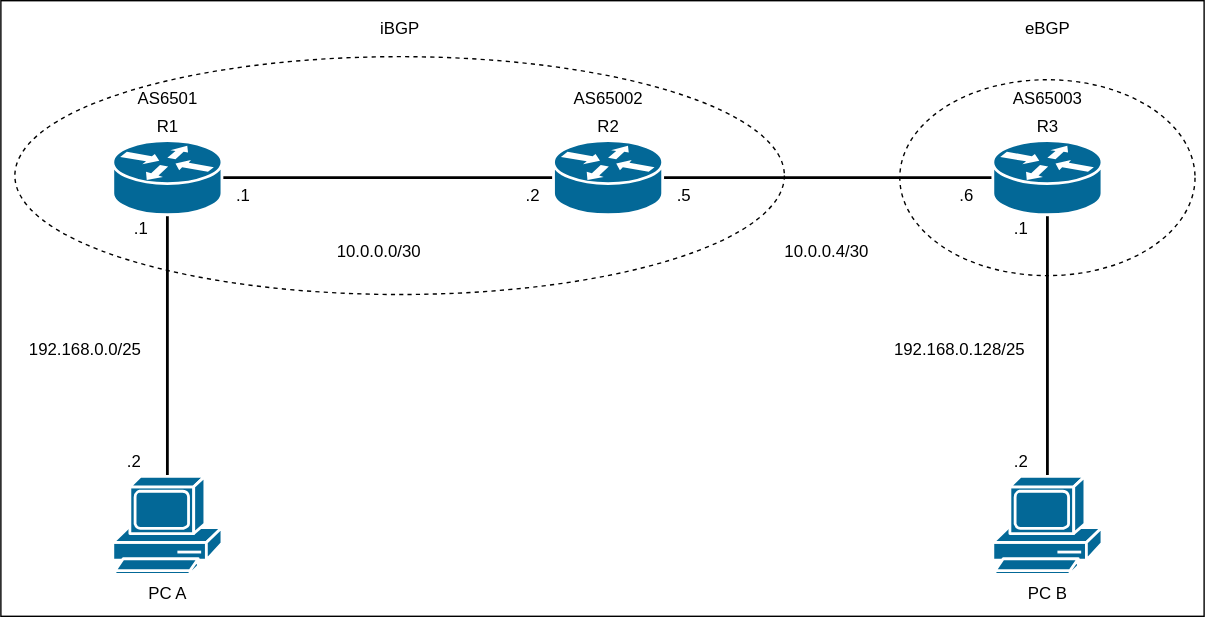
Earlier version of the draw.io export basic_routing03/fig/basic_routing03.drawio.svg (ECCNetLab/problems). Source tidied: cells renumbered, new cells last; positions are measured from the earlier drawing's top-left corner, leaving out a move shared by most shapes. Its diagram source:
```xml
<mxGraphModel>
  <root>
    <mxCell id="0" />
    <mxCell id="1" parent="0" />
    <mxCell id="2" style="rounded=0;whiteSpace=wrap;html=1;fillColor=default;" parent="1" vertex="1">
      <mxGeometry width="860" height="440" as="geometry" />
    </mxCell>
    <mxCell id="3" style="ellipse;whiteSpace=wrap;html=1;dashed=1;fillColor=none;" parent="1" vertex="1">
      <mxGeometry x="10" y="40" width="550" height="170" as="geometry" />
    </mxCell>
    <mxCell id="4" style="edgeStyle=none;html=1;endArrow=none;endFill=0;strokeWidth=2;" parent="1" edge="1" source="6" target="8">
      <mxGeometry relative="1" as="geometry" />
    </mxCell>
    <mxCell id="5" style="edgeStyle=none;html=1;endArrow=none;endFill=0;strokeWidth=2;" parent="1" edge="1" source="6" target="20">
      <mxGeometry relative="1" as="geometry" />
    </mxCell>
    <mxCell id="6" style="shape=mxgraph.cisco.routers.router;sketch=0;html=1;dashed=0;fillColor=#036897;strokeColor=#ffffff;strokeWidth=2;verticalLabelPosition=bottom;verticalAlign=top;align=center;outlineConnect=0;" parent="1" vertex="1">
      <mxGeometry x="80" y="100" width="78" height="53" as="geometry" />
    </mxCell>
    <mxCell id="7" style="edgeStyle=none;html=1;endArrow=none;endFill=0;strokeWidth=2;" parent="1" edge="1" source="8" target="12">
      <mxGeometry relative="1" as="geometry" />
    </mxCell>
    <mxCell id="8" style="shape=mxgraph.cisco.routers.router;sketch=0;html=1;dashed=0;fillColor=#036897;strokeColor=#ffffff;strokeWidth=2;verticalLabelPosition=bottom;verticalAlign=top;align=center;outlineConnect=0;" parent="1" vertex="1">
      <mxGeometry x="395" y="100" width="78" height="53" as="geometry" />
    </mxCell>
    <mxCell id="9" value="AS6501" style="text;html=1;align=center;verticalAlign=middle;strokeColor=none;fillColor=none;" parent="1" vertex="1">
      <mxGeometry x="89" y="60" width="60" height="20" as="geometry" />
    </mxCell>
    <mxCell id="10" value="AS65002" style="text;html=1;align=center;verticalAlign=middle;strokeColor=none;fillColor=none;" parent="1" vertex="1">
      <mxGeometry x="404" y="60" width="60" height="20" as="geometry" />
    </mxCell>
    <mxCell id="11" style="edgeStyle=none;html=1;endArrow=none;endFill=0;strokeWidth=2;" parent="1" edge="1" source="12" target="21">
      <mxGeometry relative="1" as="geometry" />
    </mxCell>
    <mxCell id="12" style="shape=mxgraph.cisco.routers.router;sketch=0;html=1;dashed=0;fillColor=#036897;strokeColor=#ffffff;strokeWidth=2;verticalLabelPosition=bottom;verticalAlign=top;align=center;outlineConnect=0;" parent="1" vertex="1">
      <mxGeometry x="709" y="100" width="78" height="53" as="geometry" />
    </mxCell>
    <mxCell id="13" value="AS65003" style="text;html=1;align=center;verticalAlign=middle;strokeColor=none;fillColor=none;" parent="1" vertex="1">
      <mxGeometry x="718" y="60" width="60" height="20" as="geometry" />
    </mxCell>
    <mxCell id="14" value="10.0.0.0/30" style="text;html=1;align=center;verticalAlign=middle;strokeColor=none;fillColor=none;" parent="1" vertex="1">
      <mxGeometry x="230" y="170" width="80" height="20" as="geometry" />
    </mxCell>
    <mxCell id="15" value="10.0.0.4/30" style="text;html=1;align=center;verticalAlign=middle;strokeColor=none;fillColor=none;" parent="1" vertex="1">
      <mxGeometry x="550" y="170" width="80" height="20" as="geometry" />
    </mxCell>
    <mxCell id="16" value=".1" style="text;html=1;align=center;verticalAlign=middle;strokeColor=none;fillColor=none;" parent="1" vertex="1">
      <mxGeometry x="158" y="130" width="30" height="20" as="geometry" />
    </mxCell>
    <mxCell id="17" value=".2" style="text;html=1;align=center;verticalAlign=middle;strokeColor=none;fillColor=none;" parent="1" vertex="1">
      <mxGeometry x="365" y="130" width="30" height="20" as="geometry" />
    </mxCell>
    <mxCell id="18" value=".5" style="text;html=1;align=center;verticalAlign=middle;strokeColor=none;fillColor=none;" parent="1" vertex="1">
      <mxGeometry x="473" y="130" width="30" height="20" as="geometry" />
    </mxCell>
    <mxCell id="19" value=".6" style="text;html=1;align=center;verticalAlign=middle;strokeColor=none;fillColor=none;" parent="1" vertex="1">
      <mxGeometry x="675" y="130" width="30" height="20" as="geometry" />
    </mxCell>
    <mxCell id="20" value="PC A" style="shape=mxgraph.cisco.computers_and_peripherals.pc;html=1;dashed=0;fillColor=#036897;strokeColor=#ffffff;strokeWidth=2;verticalLabelPosition=bottom;verticalAlign=top;align=center;outlineConnect=0;" parent="1" vertex="1">
      <mxGeometry x="80" y="340" width="78" height="70" as="geometry" />
    </mxCell>
    <mxCell id="21" value="PC B" style="shape=mxgraph.cisco.computers_and_peripherals.pc;html=1;dashed=0;fillColor=#036897;strokeColor=#ffffff;strokeWidth=2;verticalLabelPosition=bottom;verticalAlign=top;align=center;outlineConnect=0;" parent="1" vertex="1">
      <mxGeometry x="709" y="340" width="78" height="70" as="geometry" />
    </mxCell>
    <mxCell id="22" value="192.168.0.0/25" style="text;html=1;align=center;verticalAlign=middle;strokeColor=none;fillColor=none;" parent="1" vertex="1">
      <mxGeometry x="10" y="240" width="100" height="20" as="geometry" />
    </mxCell>
    <mxCell id="23" value="192.168.0.128/25" style="text;html=1;align=center;verticalAlign=middle;strokeColor=none;fillColor=none;" parent="1" vertex="1">
      <mxGeometry x="630" y="240" width="110" height="20" as="geometry" />
    </mxCell>
    <mxCell id="24" value=".1" style="text;html=1;align=center;verticalAlign=middle;strokeColor=none;fillColor=none;" parent="1" vertex="1">
      <mxGeometry x="85" y="153" width="30" height="20" as="geometry" />
    </mxCell>
    <mxCell id="25" value=".2" style="text;html=1;align=center;verticalAlign=middle;strokeColor=none;fillColor=none;" parent="1" vertex="1">
      <mxGeometry x="80" y="320" width="30" height="20" as="geometry" />
    </mxCell>
    <mxCell id="26" value=".2" style="text;html=1;align=center;verticalAlign=middle;strokeColor=none;fillColor=none;" parent="1" vertex="1">
      <mxGeometry x="714" y="320" width="30" height="20" as="geometry" />
    </mxCell>
    <mxCell id="27" value=".1" style="text;html=1;align=center;verticalAlign=middle;strokeColor=none;fillColor=none;" parent="1" vertex="1">
      <mxGeometry x="714" y="153" width="30" height="20" as="geometry" />
    </mxCell>
    <mxCell id="28" style="ellipse;whiteSpace=wrap;html=1;dashed=1;fillColor=none;" parent="1" vertex="1">
      <mxGeometry x="642.5" y="56.5" width="211" height="140" as="geometry" />
    </mxCell>
    <mxCell id="29" value="iBGP" style="text;html=1;align=center;verticalAlign=middle;strokeColor=none;fillColor=none;" parent="1" vertex="1">
      <mxGeometry x="265" y="10" width="40" height="20" as="geometry" />
    </mxCell>
    <mxCell id="30" value="eBGP" style="text;html=1;align=center;verticalAlign=middle;strokeColor=none;fillColor=none;" parent="1" vertex="1">
      <mxGeometry x="723" y="10" width="50" height="20" as="geometry" />
    </mxCell>
    <mxCell id="31" value="R1" style="text;html=1;align=center;verticalAlign=middle;strokeColor=none;fillColor=none;" parent="1" vertex="1">
      <mxGeometry x="104" y="80" width="30" height="20" as="geometry" />
    </mxCell>
    <mxCell id="32" value="R2" style="text;html=1;align=center;verticalAlign=middle;strokeColor=none;fillColor=none;" parent="1" vertex="1">
      <mxGeometry x="419" y="80" width="30" height="20" as="geometry" />
    </mxCell>
    <mxCell id="33" value="R3" style="text;html=1;align=center;verticalAlign=middle;strokeColor=none;fillColor=none;" parent="1" vertex="1">
      <mxGeometry x="733" y="80" width="30" height="20" as="geometry" />
    </mxCell>
  </root>
</mxGraphModel>
```
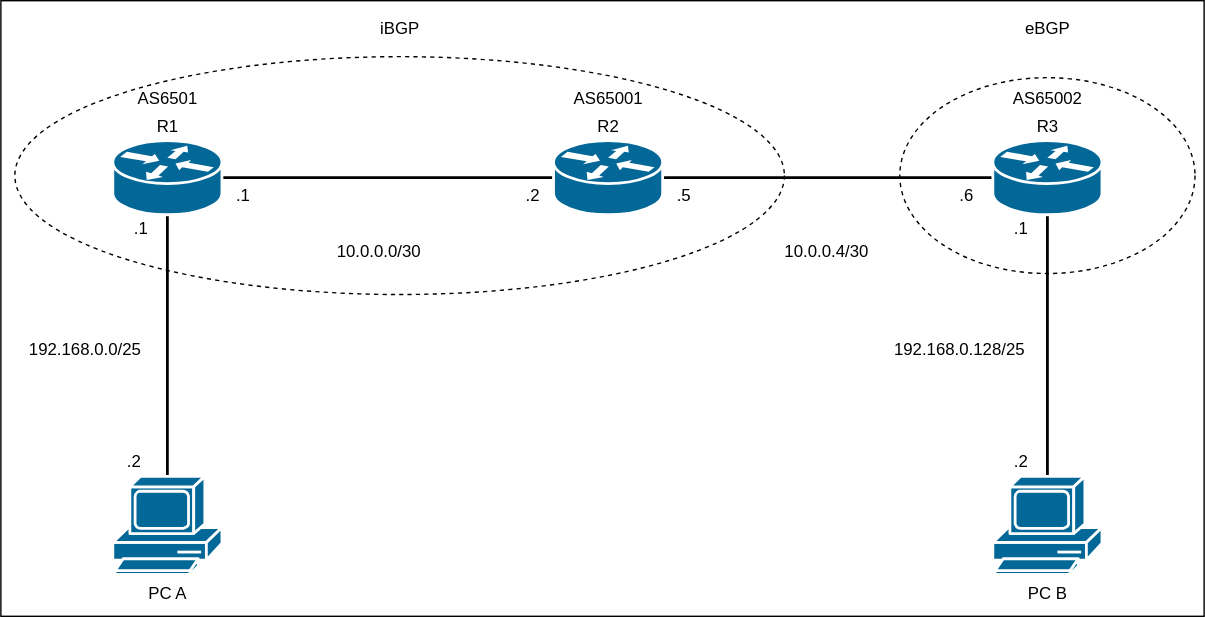
Later version of the same file.

Commit message:
fix: AS番号を修正

Change to the diagram source:
```diff
@@ -26,8 +26,8 @@
     <mxCell id="9" value="AS6501" style="text;html=1;align=center;verticalAlign=middle;strokeColor=none;fillColor=none;" parent="1" vertex="1">
       <mxGeometry x="89" y="60" width="60" height="20" as="geometry" />
     </mxCell>
-    <mxCell id="10" value="AS65002" style="text;html=1;align=center;verticalAlign=middle;strokeColor=none;fillColor=none;" parent="1" vertex="1">
-      <mxGeometry x="404" y="60" width="60" height="20" as="geometry" />
+    <mxCell id="10" value="AS65001" style="text;html=1;align=center;verticalAlign=middle;strokeColor=none;fillColor=none;" parent="1" vertex="1">
+      <mxGeometry x="399" y="60" width="70" height="20" as="geometry" />
     </mxCell>
     <mxCell id="11" style="edgeStyle=none;html=1;endArrow=none;endFill=0;strokeWidth=2;" parent="1" edge="1" source="12" target="21">
       <mxGeometry relative="1" as="geometry" />
@@ -35,8 +35,8 @@
     <mxCell id="12" style="shape=mxgraph.cisco.routers.router;sketch=0;html=1;dashed=0;fillColor=#036897;strokeColor=#ffffff;strokeWidth=2;verticalLabelPosition=bottom;verticalAlign=top;align=center;outlineConnect=0;" parent="1" vertex="1">
       <mxGeometry x="709" y="100" width="78" height="53" as="geometry" />
     </mxCell>
-    <mxCell id="13" value="AS65003" style="text;html=1;align=center;verticalAlign=middle;strokeColor=none;fillColor=none;" parent="1" vertex="1">
-      <mxGeometry x="718" y="60" width="60" height="20" as="geometry" />
+    <mxCell id="13" value="AS65002" style="text;html=1;align=center;verticalAlign=middle;strokeColor=none;fillColor=none;" parent="1" vertex="1">
+      <mxGeometry x="713" y="60" width="70" height="20" as="geometry" />
     </mxCell>
     <mxCell id="14" value="10.0.0.0/30" style="text;html=1;align=center;verticalAlign=middle;strokeColor=none;fillColor=none;" parent="1" vertex="1">
       <mxGeometry x="230" y="170" width="80" height="20" as="geometry" />
@@ -81,7 +81,7 @@
       <mxGeometry x="714" y="153" width="30" height="20" as="geometry" />
     </mxCell>
     <mxCell id="28" style="ellipse;whiteSpace=wrap;html=1;dashed=1;fillColor=none;" parent="1" vertex="1">
-      <mxGeometry x="642.5" y="56.5" width="211" height="140" as="geometry" />
+      <mxGeometry x="642.5" y="55" width="211" height="140" as="geometry" />
     </mxCell>
     <mxCell id="29" value="iBGP" style="text;html=1;align=center;verticalAlign=middle;strokeColor=none;fillColor=none;" parent="1" vertex="1">
       <mxGeometry x="265" y="10" width="40" height="20" as="geometry" />
```
